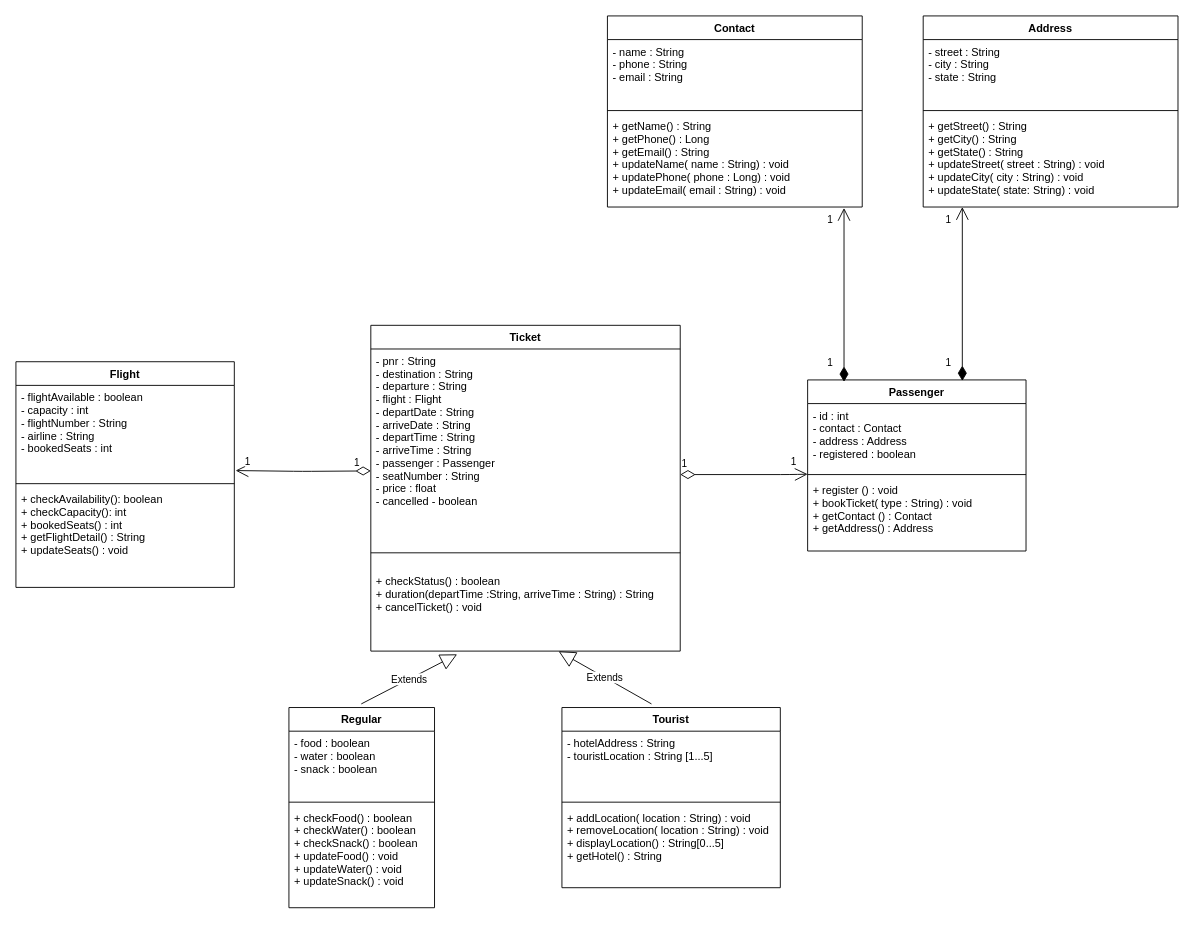
This is FRS_UML.drawio from GibzClt/FRS_Gibin, a draw.io file, before an edit. Source tidied: cells renumbered, new cells numbered last; positions are measured from the earlier drawing's top-left corner, leaving out a move shared by most shapes. Both pictures are drawn from the tidied source at 91%, with x=0, y=0 at pixel (15, 15).
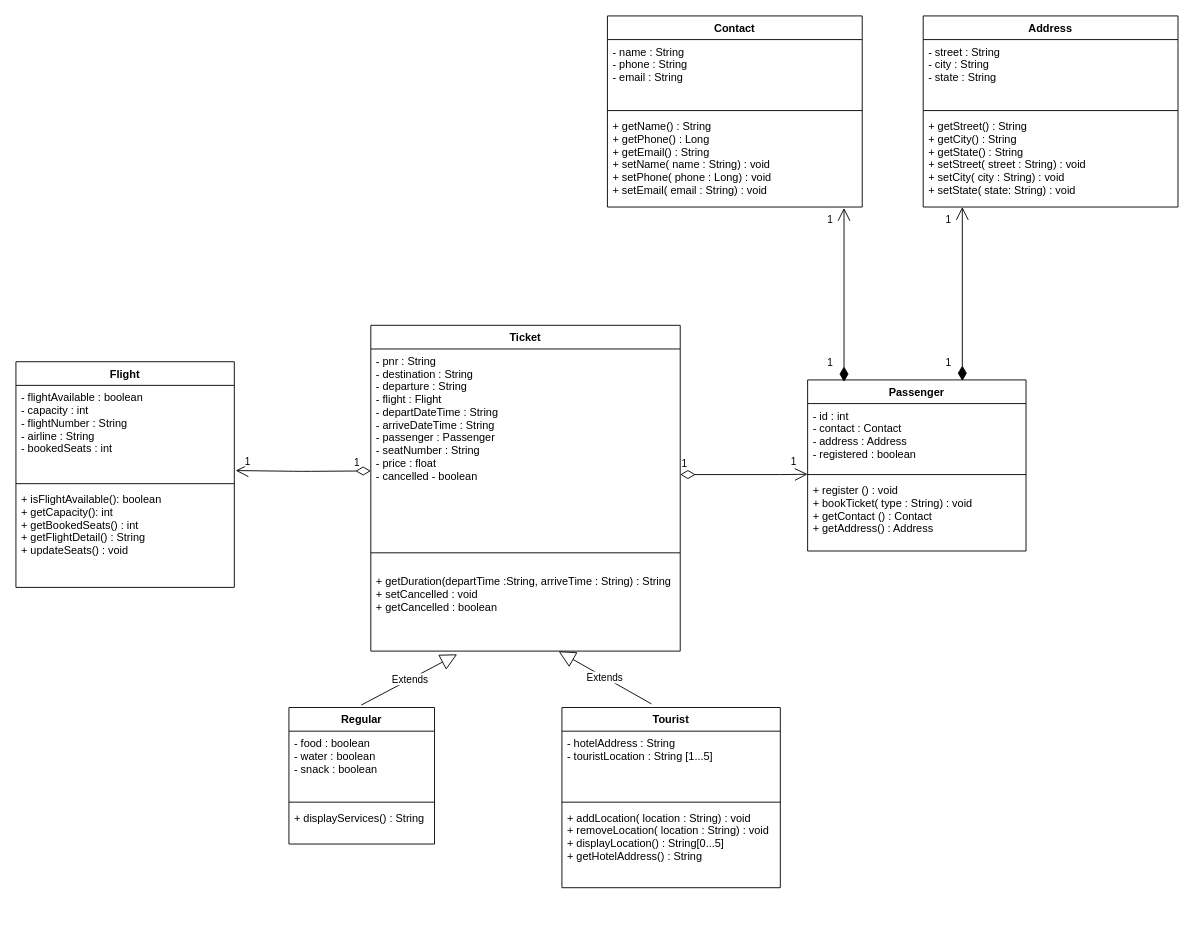
The same page after the edit.

Unchanged cells that the change refers to:
```xml
<mxCell id="2" value="Ticket" style="swimlane;fontStyle=1;align=center;verticalAlign=top;horizontal=1;startSize=26;" parent="1" vertex="1">
  <mxGeometry x="390" y="340" width="340" height="358" as="geometry" />
</mxCell>
<mxCell id="6" value="Flight" style="swimlane;fontStyle=1;align=center;verticalAlign=top;horizontal=1;startSize=26;" parent="1" vertex="1">
  <mxGeometry y="380" width="240" height="248" as="geometry" />
</mxCell>
<mxCell id="18" value="Tourist" style="swimlane;fontStyle=1;align=center;verticalAlign=top;horizontal=1;startSize=26;" parent="1" vertex="1">
  <mxGeometry x="600" y="760" width="240" height="198" as="geometry" />
</mxCell>
<mxCell id="22" value="Contact" style="swimlane;fontStyle=1;align=center;verticalAlign=top;horizontal=1;startSize=26;" parent="1" vertex="1">
  <mxGeometry x="650" width="280" height="210" as="geometry" />
</mxCell>
<mxCell id="26" value="Address" style="swimlane;fontStyle=1;align=center;verticalAlign=top;horizontal=1;startSize=26;" parent="1" vertex="1">
  <mxGeometry x="997" width="280" height="210" as="geometry" />
</mxCell>
```

Change to the diagram source:
```diff
@@
-    <mxCell id="3" value="- pnr : String&#10;- destination : String&#10;- departure : String&#10;- flight : Flight&#10;- departDate : String&#10;- arriveDate : String&#10;- departTime : String&#10;- arriveTime : String&#10;- passenger : Passenger&#10;- seatNumber : String&#10;- price : float&#10;- cancelled - boolean" style="text;strokeColor=none;fillColor=none;align=left;verticalAlign=top;spacingLeft=4;spacingRight=4;overflow=hidden;" parent="2" vertex="1">
+    <mxCell id="3" value="- pnr : String&#10;- destination : String&#10;- departure : String&#10;- flight : Flight&#10;- departDateTime : String&#10;- arriveDateTime : String&#10;- passenger : Passenger&#10;- seatNumber : String&#10;- price : float&#10;- cancelled - boolean" style="text;strokeColor=none;fillColor=none;align=left;verticalAlign=top;spacingLeft=4;spacingRight=4;overflow=hidden;" parent="2" vertex="1">
       <mxGeometry y="26" width="340" height="220" as="geometry" />
     </mxCell>
@@
-    <mxCell id="5" value="&#10;+ checkStatus() : boolean&#10;+ duration(departTime :String, arriveTime : String) : String&#10;+ cancelTicket() : void " style="text;strokeColor=none;fillColor=none;align=left;verticalAlign=top;spacingLeft=4;spacingRight=4;overflow=hidden;points=[[0,0.5],[1,0.5]];portConstraint=eastwest;" parent="2" vertex="1">
+    <mxCell id="5" value="&#10;+ getDuration(departTime :String, arriveTime : String) : String&#10;+ setCancelled : void &#10;+ getCancelled : boolean" style="text;strokeColor=none;fillColor=none;align=left;verticalAlign=top;spacingLeft=4;spacingRight=4;overflow=hidden;points=[[0,0.5],[1,0.5]];portConstraint=eastwest;" parent="2" vertex="1">
       <mxGeometry y="254" width="340" height="104" as="geometry" />
     </mxCell>
@@
-    <mxCell id="9" value="+ checkAvailability(): boolean&#10;+ checkCapacity(): int&#10;+ bookedSeats() : int&#10;+ getFlightDetail() : String&#10;+ updateSeats() : void" style="text;strokeColor=none;fillColor=none;align=left;verticalAlign=top;spacingLeft=4;spacingRight=4;overflow=hidden;" parent="6" vertex="1">
+    <mxCell id="9" value="+ isFlightAvailable(): boolean&#10;+ getCapacity(): int&#10;+ getBookedSeats() : int&#10;+ getFlightDetail() : String&#10;+ updateSeats() : void" style="text;strokeColor=none;fillColor=none;align=left;verticalAlign=top;spacingLeft=4;spacingRight=4;overflow=hidden;" parent="6" vertex="1">
       <mxGeometry y="138" width="240" height="110" as="geometry" />
     </mxCell>
@@
     <mxCell id="14" value="Regular" style="swimlane;fontStyle=1;align=center;verticalAlign=top;horizontal=1;startSize=26;" parent="1" vertex="1">
-      <mxGeometry x="300" y="760" width="160" height="220" as="geometry" />
+      <mxGeometry x="300" y="760" width="160" height="150" as="geometry" />
     </mxCell>
@@
-    <mxCell id="17" value="+ checkFood() : boolean&#10;+ checkWater() : boolean&#10;+ checkSnack() : boolean&#10;+ updateFood() : void&#10;+ updateWater() : void&#10;+ updateSnack() : void" style="text;strokeColor=none;fillColor=none;align=left;verticalAlign=top;spacingLeft=4;spacingRight=4;overflow=hidden;" parent="14" vertex="1">
-      <mxGeometry y="108" width="160" height="112" as="geometry" />
+    <mxCell id="17" value="+ displayServices() : String" style="text;strokeColor=none;fillColor=none;align=left;verticalAlign=top;spacingLeft=4;spacingRight=4;overflow=hidden;" parent="14" vertex="1">
+      <mxGeometry y="108" width="160" height="42" as="geometry" />
     </mxCell>
@@
-    <mxCell id="21" value="+ addLocation( location : String) : void &#10;+ removeLocation( location : String) : void&#10;+ displayLocation() : String[0...5]&#10;+ getHotel() : String" style="text;strokeColor=none;fillColor=none;align=left;verticalAlign=top;spacingLeft=4;spacingRight=4;overflow=hidden;" parent="18" vertex="1">
+    <mxCell id="21" value="+ addLocation( location : String) : void &#10;+ removeLocation( location : String) : void&#10;+ displayLocation() : String[0...5]&#10;+ getHotelAddress() : String" style="text;strokeColor=none;fillColor=none;align=left;verticalAlign=top;spacingLeft=4;spacingRight=4;overflow=hidden;" parent="18" vertex="1">
       <mxGeometry y="108" width="240" height="90" as="geometry" />
     </mxCell>
@@
-    <mxCell id="25" value="+ getName() : String&#10;+ getPhone() : Long&#10;+ getEmail() : String&#10;+ updateName( name : String) : void&#10;+ updatePhone( phone : Long) : void&#10;+ updateEmail( email : String) : void" style="text;strokeColor=none;fillColor=none;align=left;verticalAlign=top;spacingLeft=4;spacingRight=4;overflow=hidden;" parent="22" vertex="1">
+    <mxCell id="25" value="+ getName() : String&#10;+ getPhone() : Long&#10;+ getEmail() : String&#10;+ setName( name : String) : void&#10;+ setPhone( phone : Long) : void&#10;+ setEmail( email : String) : void" style="text;strokeColor=none;fillColor=none;align=left;verticalAlign=top;spacingLeft=4;spacingRight=4;overflow=hidden;" parent="22" vertex="1">
       <mxGeometry y="108" width="280" height="102" as="geometry" />
     </mxCell>
@@
-    <mxCell id="29" value="+ getStreet() : String&#10;+ getCity() : String&#10;+ getState() : String&#10;+ updateStreet( street : String) : void&#10;+ updateCity( city : String) : void&#10;+ updateState( state: String) : void" style="text;strokeColor=none;fillColor=none;align=left;verticalAlign=top;spacingLeft=4;spacingRight=4;overflow=hidden;" parent="26" vertex="1">
+    <mxCell id="29" value="+ getStreet() : String&#10;+ getCity() : String&#10;+ getState() : String&#10;+ setStreet( street : String) : void&#10;+ setCity( city : String) : void&#10;+ setState( state: String) : void" style="text;strokeColor=none;fillColor=none;align=left;verticalAlign=top;spacingLeft=4;spacingRight=4;overflow=hidden;" parent="26" vertex="1">
       <mxGeometry y="108" width="280" height="102" as="geometry" />
     </mxCell>
```
